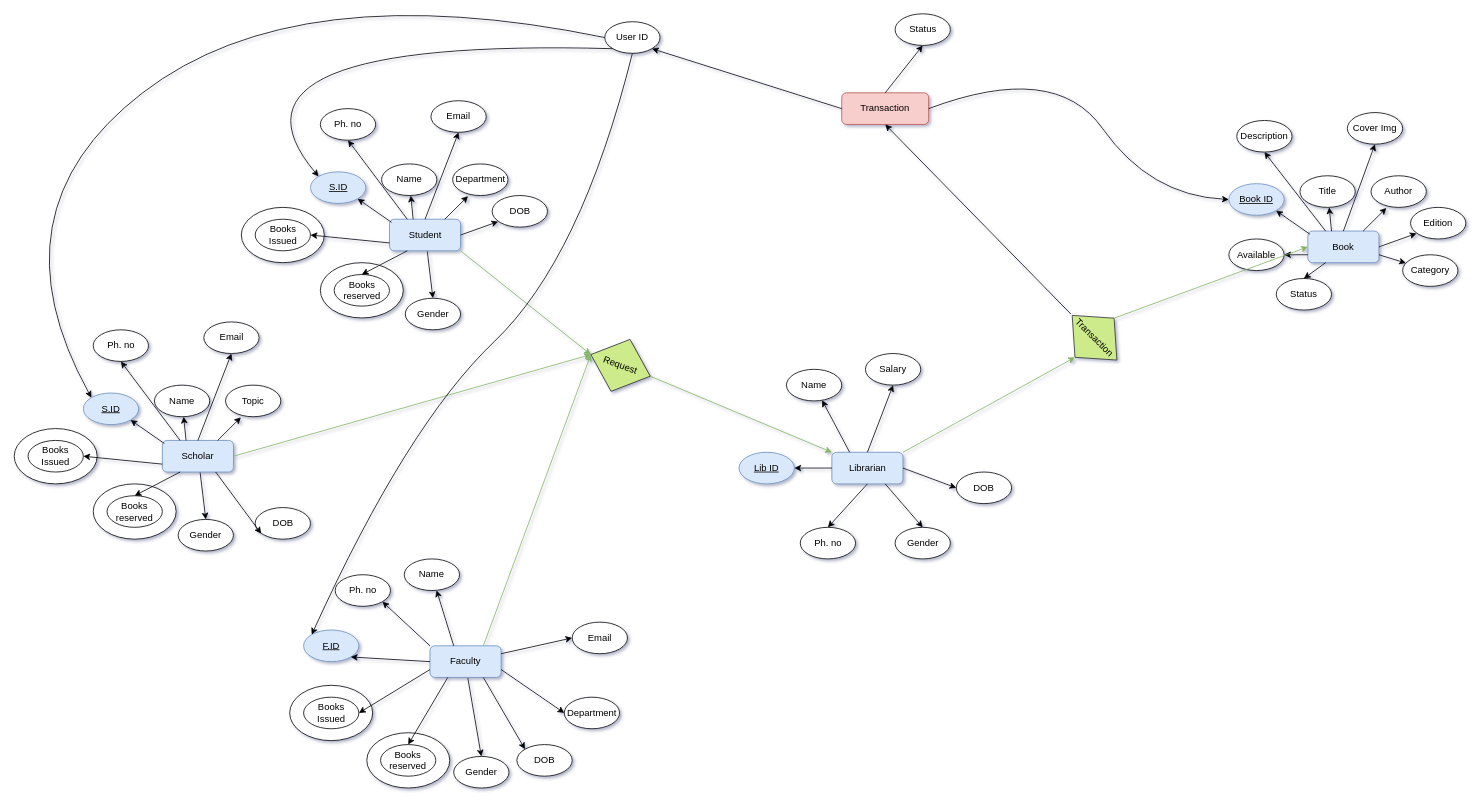
This is er.drawio from Deepanshu-Malakar/Library_Management_System_LMS, a draw.io file, before an edit. Source tidied: cells renumbered, new cells numbered last; positions are measured from the earlier drawing's top-left corner, leaving out a move shared by most shapes. Both pictures are drawn from the tidied source at 79%, with x=0, y=0 at pixel (-12, -26).
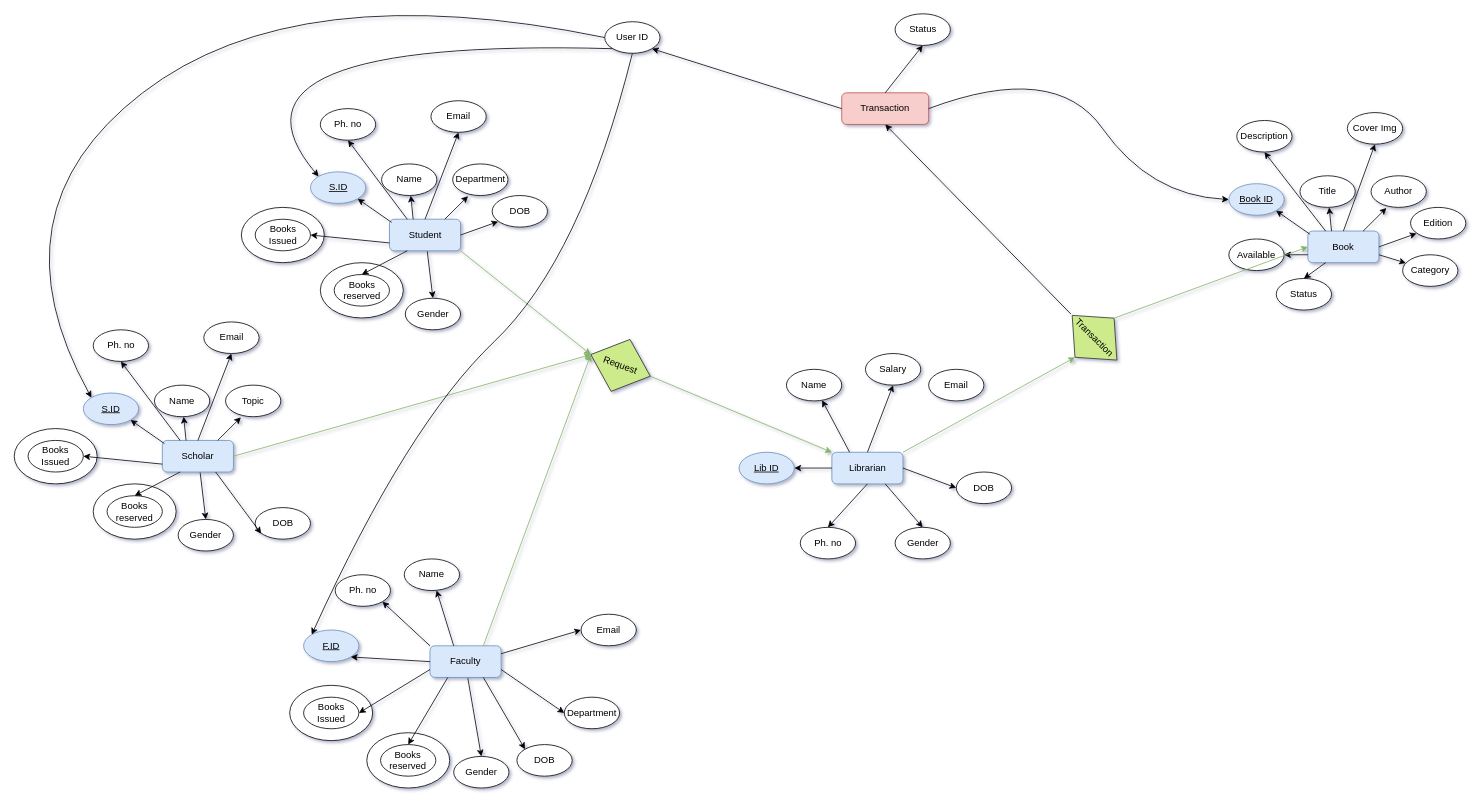
The same diagram, later.

Change to the diagram source:
```diff
@@
     <mxCell id="100" value="Email" style="ellipse;whiteSpace=wrap;html=1;" parent="1" vertex="1">
-      <mxGeometry x="738.8" y="820" width="70" height="40" as="geometry" />
+      <mxGeometry x="750" y="810" width="70" height="40" as="geometry" />
     </mxCell>
@@
+    <mxCell id="115" value="Email" style="ellipse;whiteSpace=wrap;html=1;" parent="1" vertex="1">
+      <mxGeometry x="1190" y="500" width="70" height="40" as="geometry" />
+    </mxCell>
```
